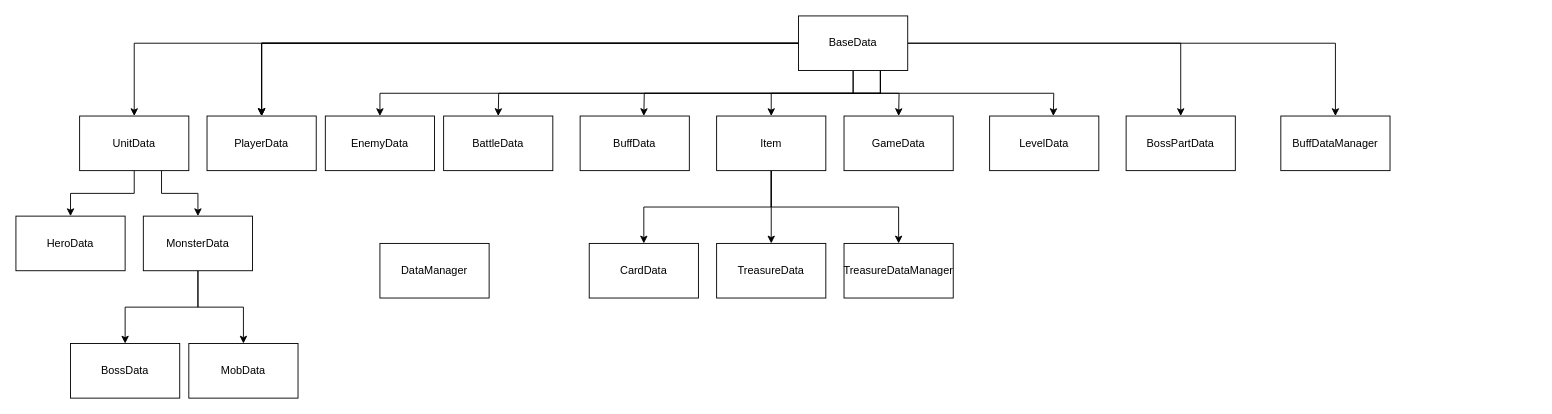
The draw.io diagram table/workflow/未命名绘图.drawio in boyu0/boyu0, before the edit. Source tidied: cells renumbered, new cells numbered last; positions are measured from the earlier drawing's top-left corner, leaving out a move shared by most shapes. Both pictures are drawn from the tidied source at 91%, with x=0, y=0 at pixel (15, 15).
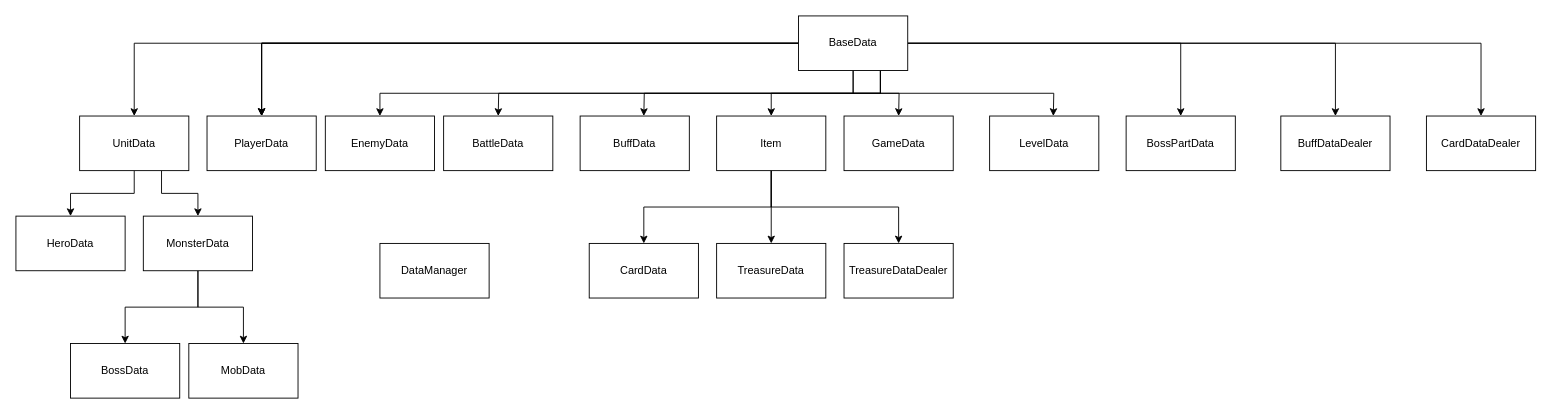
The same page after the edit.

Commit message:
更新未命名绘图.drawio

Unchanged cells that the change refers to:
```xml
<mxCell id="14" value="BaseData" style="rounded=0;whiteSpace=wrap;html=1;" parent="1" vertex="1">
  <mxGeometry x="860" width="120" height="60" as="geometry" />
</mxCell>
```

Change to the diagram source:
```diff
@@
+    <mxCell id="40" style="edgeStyle=orthogonalEdgeStyle;rounded=0;jettySize=auto;html=1;exitX=1;exitY=0.5;exitDx=0;exitDy=0;entryX=0.5;entryY=0;entryDx=0;entryDy=0;" parent="1" edge="1" source="14" target="41">
+      <mxGeometry relative="1" as="geometry" />
+    </mxCell>
@@
-    <mxCell id="33" value="BuffDataManager" style="rounded=0;whiteSpace=wrap;html=1;" parent="1" vertex="1">
+    <mxCell id="33" value="BuffDataDealer" style="rounded=0;whiteSpace=wrap;html=1;" parent="1" vertex="1">
       <mxGeometry x="1390" y="110" width="120" height="60" as="geometry" />
     </mxCell>
@@
-    <mxCell id="35" value="TreasureDataManager" style="rounded=0;whiteSpace=wrap;html=1;" parent="1" vertex="1">
+    <mxCell id="35" value="TreasureDataDealer" style="rounded=0;whiteSpace=wrap;html=1;" parent="1" vertex="1">
       <mxGeometry x="910" y="250" width="120" height="60" as="geometry" />
     </mxCell>
@@
+    <mxCell id="41" value="CardDataDealer" style="rounded=0;whiteSpace=wrap;html=1;" parent="1" vertex="1">
+      <mxGeometry x="1550" y="110" width="120" height="60" as="geometry" />
+    </mxCell>
```
